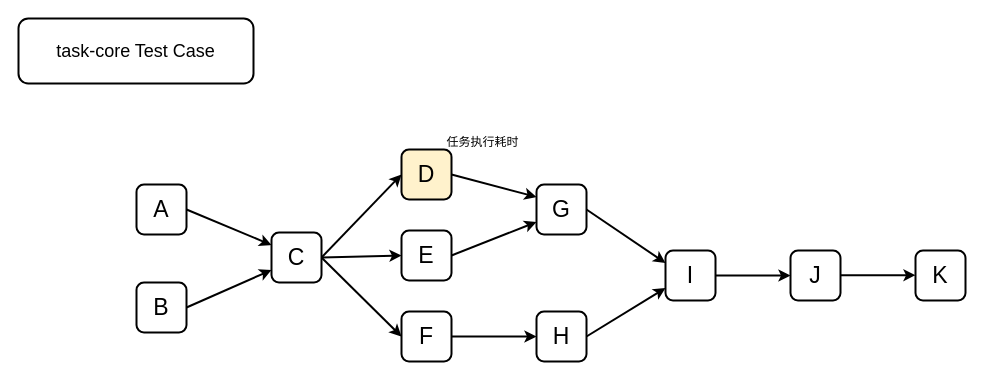
Before: page "Task Test DAG" (3 of 4) of data-hamal.drawio in wojiaojsjzs/data-hamal, a draw.io diagram. Source tidied: cells renumbered, new cells numbered last; positions are measured from the earlier drawing's top-left corner, leaving out a move shared by most shapes. Both pictures are drawn from the tidied source at 100%, with x=0, y=0 at pixel (18, 18).
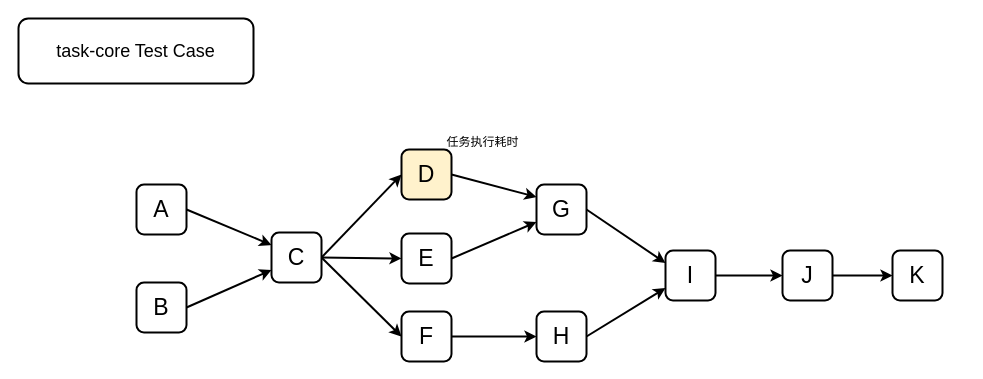
The same page after the edit.

The edit, as a diff of the source:
```diff
@@
     <mxCell id="14" value="E" style="whiteSpace=wrap;html=1;strokeColor=default;strokeWidth=2;fontSize=23;rounded=1;" parent="1" vertex="1">
-      <mxGeometry x="383" y="212" width="50" height="50" as="geometry" />
+      <mxGeometry x="383" y="215" width="50" height="50" as="geometry" />
     </mxCell>
@@
     <mxCell id="21" value="J" style="whiteSpace=wrap;html=1;strokeColor=default;strokeWidth=2;fontSize=23;rounded=1;" parent="1" vertex="1">
-      <mxGeometry x="772" y="232" width="50" height="50" as="geometry" />
+      <mxGeometry x="764" y="232" width="50" height="50" as="geometry" />
     </mxCell>
@@
     <mxCell id="24" value="K" style="whiteSpace=wrap;html=1;strokeColor=default;strokeWidth=2;fontSize=23;rounded=1;" parent="1" vertex="1">
-      <mxGeometry x="897" y="232" width="50" height="50" as="geometry" />
+      <mxGeometry x="874" y="232" width="50" height="50" as="geometry" />
     </mxCell>
@@
-    <mxCell id="26" style="edgeStyle=none;orthogonalLoop=1;jettySize=auto;html=1;strokeWidth=2;rounded=1;" parent="1" edge="1">
-      <mxGeometry relative="1" as="geometry">
-        <mxPoint x="822" y="256.7" as="sourcePoint" />
-        <mxPoint x="897" y="256.7" as="targetPoint" />
-      </mxGeometry>
+    <mxCell id="26" style="edgeStyle=none;jettySize=auto;html=1;strokeWidth=2;rounded=1;exitX=1;exitY=0.5;exitDx=0;exitDy=0;entryX=0;entryY=0.5;entryDx=0;entryDy=0;" parent="1" edge="1" source="21" target="24">
+      <mxGeometry relative="1" as="geometry" />
     </mxCell>
```
